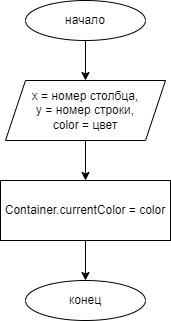
Earlier version of the draw.io export Docs/Блок-схемы/пипетка-блок-схема.png (Tetro7/PixLab). Source tidied: cells renumbered, new cells last; positions are measured from the earlier drawing's top-left corner, leaving out a move shared by most shapes. The source it was exported from:
```xml
<mxGraphModel>
  <root>
    <mxCell id="0" />
    <mxCell id="1" parent="0" />
    <mxCell id="2" style="edgeStyle=orthogonalEdgeStyle;rounded=0;jettySize=auto;html=1;exitX=0.5;exitY=1;exitDx=0;exitDy=0;entryX=0.5;entryY=0;entryDx=0;entryDy=0;" parent="1" edge="1" source="3" target="5">
      <mxGeometry relative="1" as="geometry" />
    </mxCell>
    <mxCell id="3" value="начало" style="ellipse;whiteSpace=wrap;html=1;" parent="1" vertex="1">
      <mxGeometry x="25" width="120" height="40" as="geometry" />
    </mxCell>
    <mxCell id="4" style="edgeStyle=orthogonalEdgeStyle;rounded=0;jettySize=auto;html=1;exitX=0.5;exitY=1;exitDx=0;exitDy=0;entryX=0.5;entryY=0;entryDx=0;entryDy=0;" parent="1" edge="1" source="5" target="7">
      <mxGeometry relative="1" as="geometry" />
    </mxCell>
    <mxCell id="5" value="x = номер столбца,&lt;br&gt;y = номер строки,&lt;br&gt;color = цвет" style="shape=parallelogram;perimeter=parallelogramPerimeter;whiteSpace=wrap;html=1;fixedSize=1;" parent="1" vertex="1">
      <mxGeometry x="5" y="80" width="160" height="60" as="geometry" />
    </mxCell>
    <mxCell id="6" style="edgeStyle=orthogonalEdgeStyle;rounded=0;jettySize=auto;html=1;exitX=0.5;exitY=1;exitDx=0;exitDy=0;entryX=0.5;entryY=0;entryDx=0;entryDy=0;" parent="1" edge="1" source="7" target="8">
      <mxGeometry relative="1" as="geometry" />
    </mxCell>
    <mxCell id="7" value="&lt;span style=&quot;&quot;&gt;Container.&lt;/span&gt;currentColor = color" style="rounded=0;whiteSpace=wrap;html=1;" parent="1" vertex="1">
      <mxGeometry y="180" width="170" height="60" as="geometry" />
    </mxCell>
    <mxCell id="8" value="конец" style="ellipse;whiteSpace=wrap;html=1;" parent="1" vertex="1">
      <mxGeometry x="25" y="280" width="120" height="40" as="geometry" />
    </mxCell>
  </root>
</mxGraphModel>
```
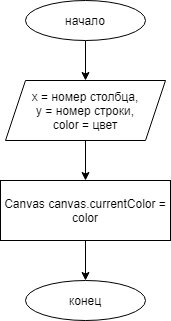
After the change.

The edit, as a diff of the source:
```diff
@@ -17,7 +17,7 @@
     <mxCell id="6" style="edgeStyle=orthogonalEdgeStyle;rounded=0;jettySize=auto;html=1;exitX=0.5;exitY=1;exitDx=0;exitDy=0;entryX=0.5;entryY=0;entryDx=0;entryDy=0;" parent="1" edge="1" source="7" target="8">
       <mxGeometry relative="1" as="geometry" />
     </mxCell>
-    <mxCell id="7" value="&lt;span style=&quot;&quot;&gt;Container.&lt;/span&gt;currentColor = color" style="rounded=0;whiteSpace=wrap;html=1;" parent="1" vertex="1">
+    <mxCell id="7" value="&lt;span&gt;Canvas canvas.&lt;/span&gt;currentColor = color" style="rounded=0;whiteSpace=wrap;html=1;" parent="1" vertex="1">
       <mxGeometry y="180" width="170" height="60" as="geometry" />
     </mxCell>
     <mxCell id="8" value="конец" style="ellipse;whiteSpace=wrap;html=1;" parent="1" vertex="1">
```
